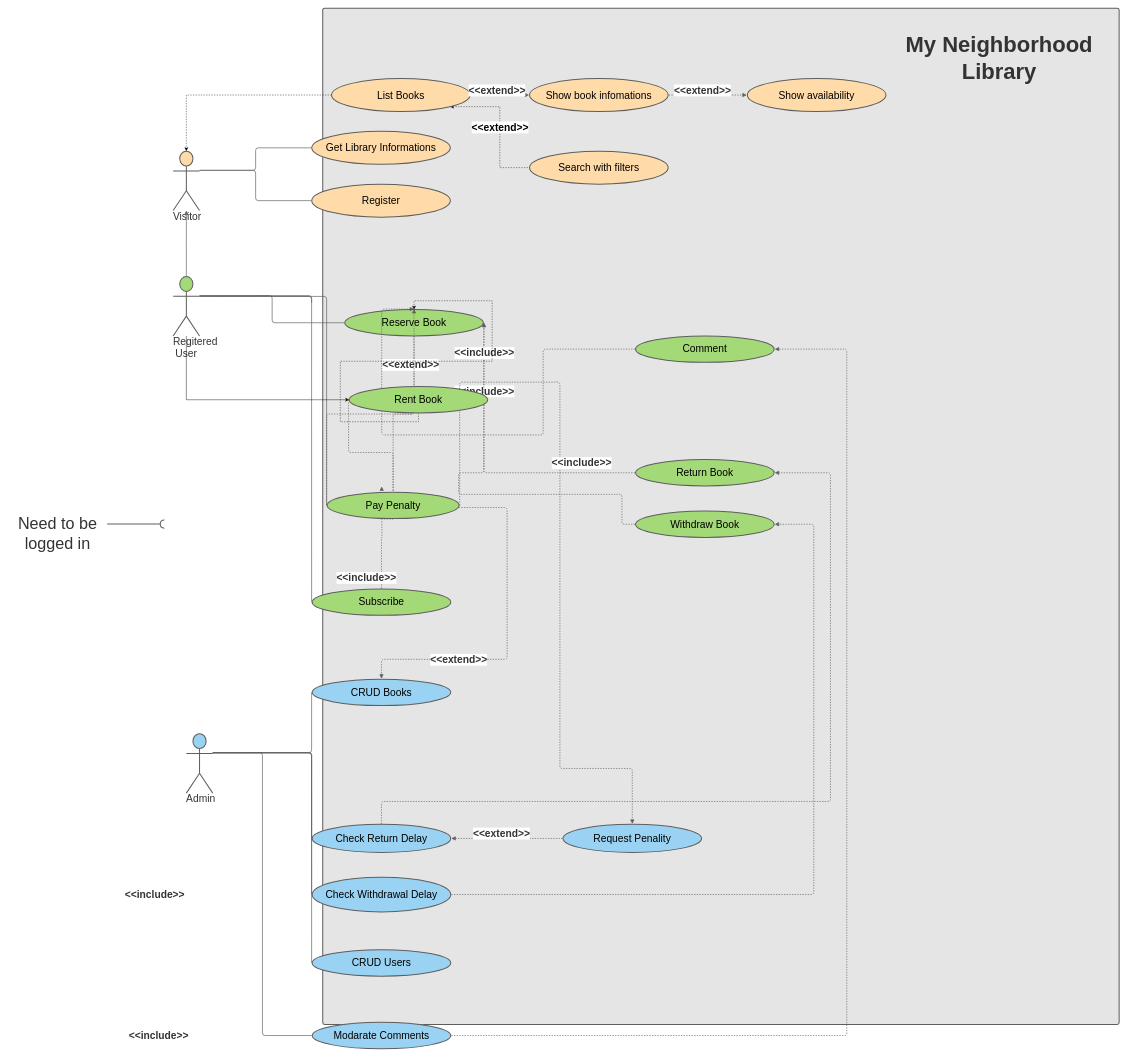
This is page "UML User Cases Rent" (2 of 3) of docs/library_store.drawio from pptech-ds/CDA-JS-LIbrary-Store, a draw.io file, before an edit. Source tidied: cells renumbered, new cells numbered last; positions are measured from the earlier drawing's top-left corner, leaving out a move shared by most shapes. Both pictures are drawn from the tidied source at 44%, with x=0, y=0 at pixel (8, 8).
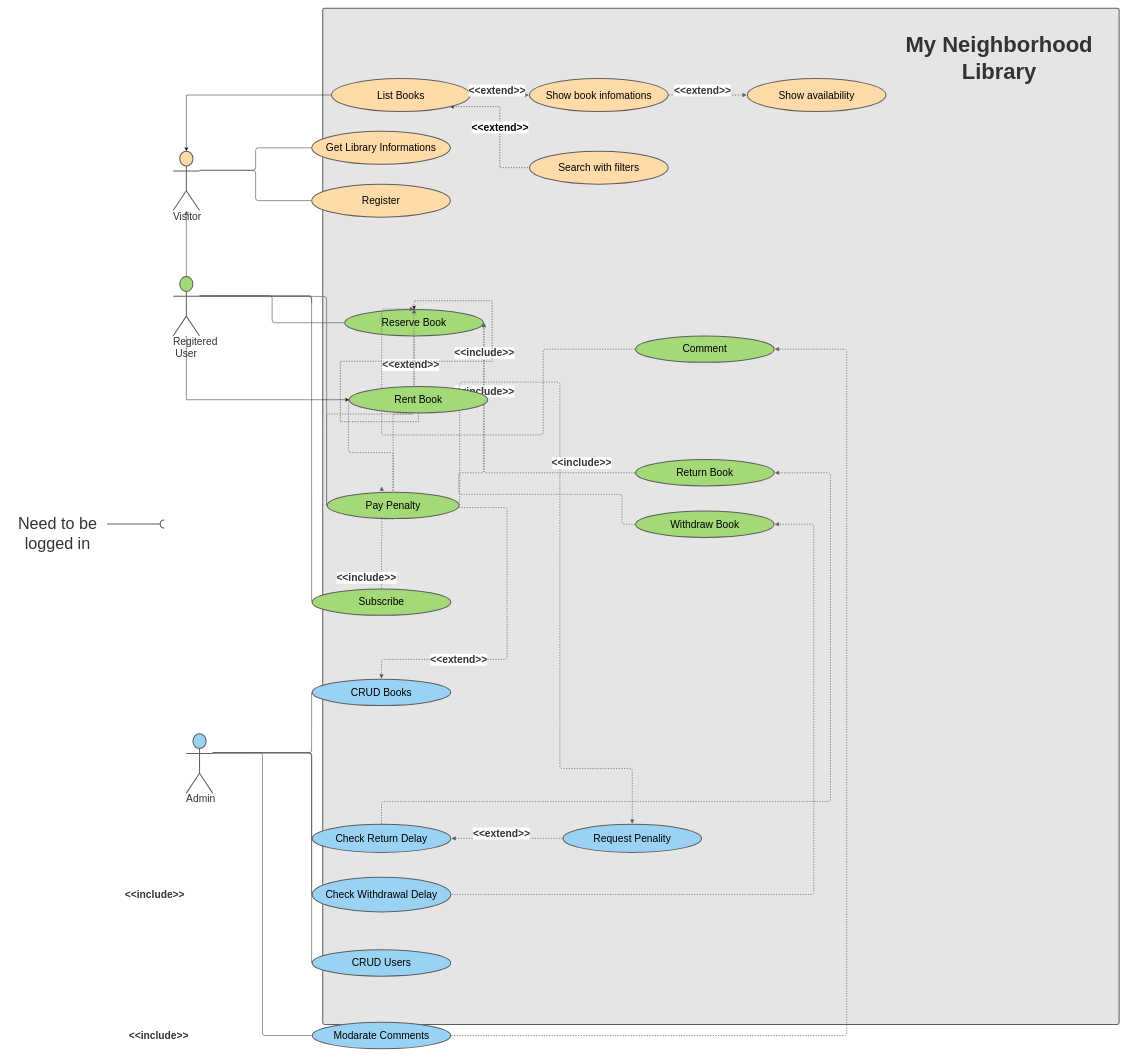
After the change.

Unchanged cells that the change refers to:
```xml
<mxCell id="5" value="Visitor" style="html=1;overflow=block;blockSpacing=1;whiteSpace=wrap;shape=umlActor;labelPosition=center;verticalLabelPosition=bottom;verticalAlign=top;whiteSpace=nowrap;whiteSpace=wrap;fontSize=23.3;fontColor=#333333;align=center;spacing=0;strokeColor=#5e5e5e;strokeOpacity=100;fillOpacity=100;rounded=1;absoluteArcSize=1;arcSize=9;fillColor=#ffdba9;strokeWidth=2.3;" parent="1" vertex="1">
  <mxGeometry x="375" y="325" width="60" height="135" as="geometry" />
</mxCell>
<mxCell id="56" value="List Books" style="html=1;overflow=block;blockSpacing=1;whiteSpace=wrap;ellipse;whiteSpace=wrap;fontSize=23.3;spacing=3.8;strokeColor=#5e5e5e;strokeOpacity=100;fillOpacity=100;rounded=1;absoluteArcSize=1;arcSize=9;fillColor=#ffdba9;strokeWidth=2.3;" parent="1" vertex="1">
  <mxGeometry x="735" y="160" width="315" height="75" as="geometry" />
</mxCell>
```

What changed in the source:
```diff
@@
-    <mxCell id="54" style="edgeStyle=orthogonalEdgeStyle;rounded=0;jettySize=auto;html=1;exitX=0;exitY=0.5;exitDx=0;exitDy=0;entryX=0.5;entryY=0;entryDx=0;entryDy=0;entryPerimeter=0;dashed=1;fontSize=23;" parent="1" edge="1" source="56" target="5">
+    <mxCell id="54" style="edgeStyle=orthogonalEdgeStyle;rounded=0;jettySize=auto;html=1;exitX=0;exitY=0.5;exitDx=0;exitDy=0;entryX=0.5;entryY=0;entryDx=0;entryDy=0;entryPerimeter=0;fontSize=23;" parent="1" edge="1" source="56" target="5">
       <mxGeometry relative="1" as="geometry" />
     </mxCell>
```
